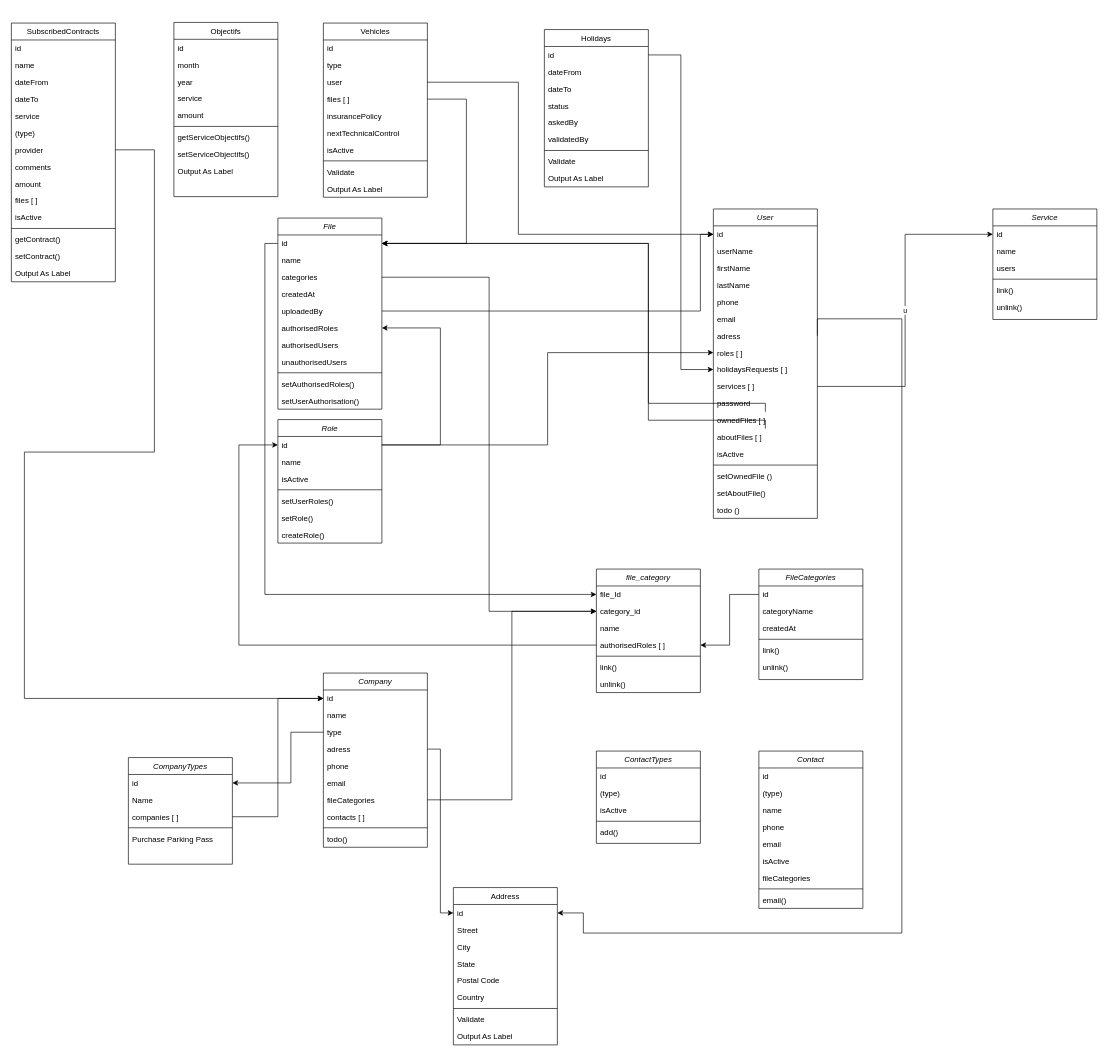
Above: assets/database_reference.drawio in ohugonnot/symfony-velzon-api (draw.io), before the change. Source tidied: cells renumbered, new cells numbered last; positions are measured from the earlier drawing's top-left corner, leaving out a move shared by most shapes. Both pictures are drawn from the tidied source at 65%, with x=0, y=0 at pixel (11, 22).
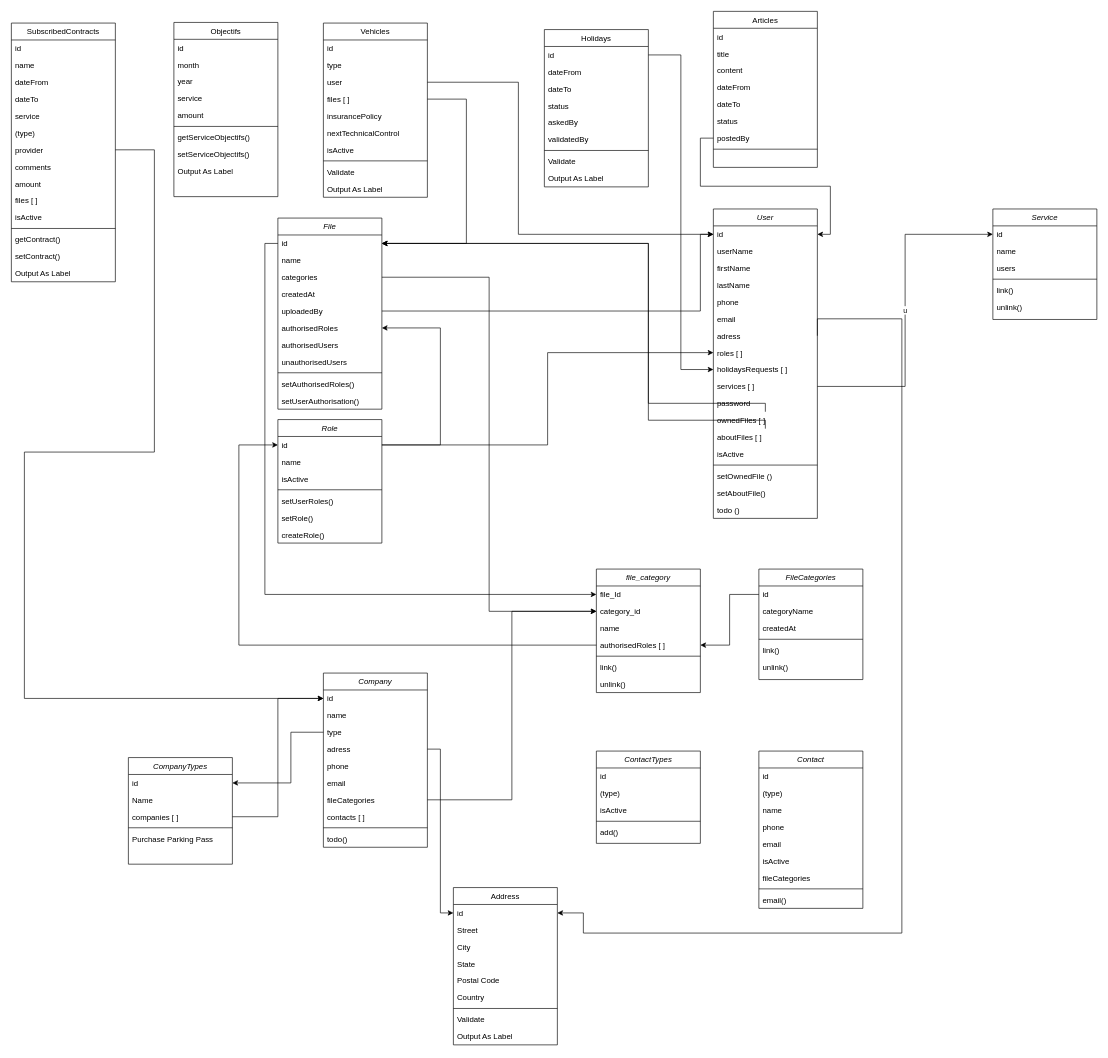
The same page after the edit.

Commit message:
Mettre à jour database_reference.drawio

Unchanged cells that the change refers to:
```xml
<mxCell id="3" value="id" style="text;align=left;verticalAlign=top;spacingLeft=4;spacingRight=4;overflow=hidden;points=[[0,0.5],[1,0.5]];portConstraint=eastwest;" parent="2" vertex="1">
  <mxGeometry y="26" width="160" height="26" as="geometry" />
</mxCell>
```

What changed in the source:
```diff
@@
+    <mxCell id="172" value="Articles" style="swimlane;fontStyle=0;align=center;verticalAlign=top;horizontal=1;startSize=26;rounded=0;shadow=0;strokeWidth=1;" parent="1" vertex="1">
+      <mxGeometry x="1080" y="-17" width="160" height="240" as="geometry" />
+    </mxCell>
+    <mxCell id="173" value="id" style="text;align=left;verticalAlign=top;spacingLeft=4;spacingRight=4;overflow=hidden;" parent="172" vertex="1">
+      <mxGeometry y="26" width="160" height="26" as="geometry" />
+    </mxCell>
+    <mxCell id="174" value="title" style="text;align=left;verticalAlign=top;spacingLeft=4;spacingRight=4;overflow=hidden;" parent="172" vertex="1">
+      <mxGeometry y="52" width="160" height="26" as="geometry" />
+    </mxCell>
+    <mxCell id="175" value="content" style="text;align=left;verticalAlign=top;spacingLeft=4;spacingRight=4;overflow=hidden;" parent="172" vertex="1">
+      <mxGeometry y="78" width="160" height="26" as="geometry" />
+    </mxCell>
+    <mxCell id="176" value="dateFrom" style="text;align=left;verticalAlign=top;spacingLeft=4;spacingRight=4;overflow=hidden;rounded=0;shadow=0;html=0;" parent="172" vertex="1">
+      <mxGeometry y="104" width="160" height="26" as="geometry" />
+    </mxCell>
+    <mxCell id="177" value="dateTo" style="text;align=left;verticalAlign=top;spacingLeft=4;spacingRight=4;overflow=hidden;rounded=0;shadow=0;html=0;" parent="172" vertex="1">
+      <mxGeometry y="130" width="160" height="26" as="geometry" />
+    </mxCell>
+    <mxCell id="178" value="status" style="text;align=left;verticalAlign=top;spacingLeft=4;spacingRight=4;overflow=hidden;rounded=0;shadow=0;html=0;" parent="172" vertex="1">
+      <mxGeometry y="156" width="160" height="26" as="geometry" />
+    </mxCell>
+    <mxCell id="179" value="postedBy" style="text;align=left;verticalAlign=top;spacingLeft=4;spacingRight=4;overflow=hidden;points=[[0,0.5],[1,0.5]];portConstraint=eastwest;rounded=0;shadow=0;html=0;" parent="172" vertex="1">
+      <mxGeometry y="182" width="160" height="26" as="geometry" />
+    </mxCell>
+    <mxCell id="180" style="line;html=1;strokeWidth=1;align=left;verticalAlign=middle;spacingTop=-1;spacingLeft=3;spacingRight=3;labelPosition=right;" parent="172" vertex="1">
+      <mxGeometry y="208" width="160" height="8" as="geometry" />
+    </mxCell>
+    <mxCell id="181" style="edgeStyle=orthogonalEdgeStyle;rounded=0;jettySize=auto;html=1;entryX=1;entryY=0.5;entryDx=0;entryDy=0;" parent="1" edge="1" source="179" target="3">
+      <mxGeometry relative="1" as="geometry" />
+    </mxCell>
```
